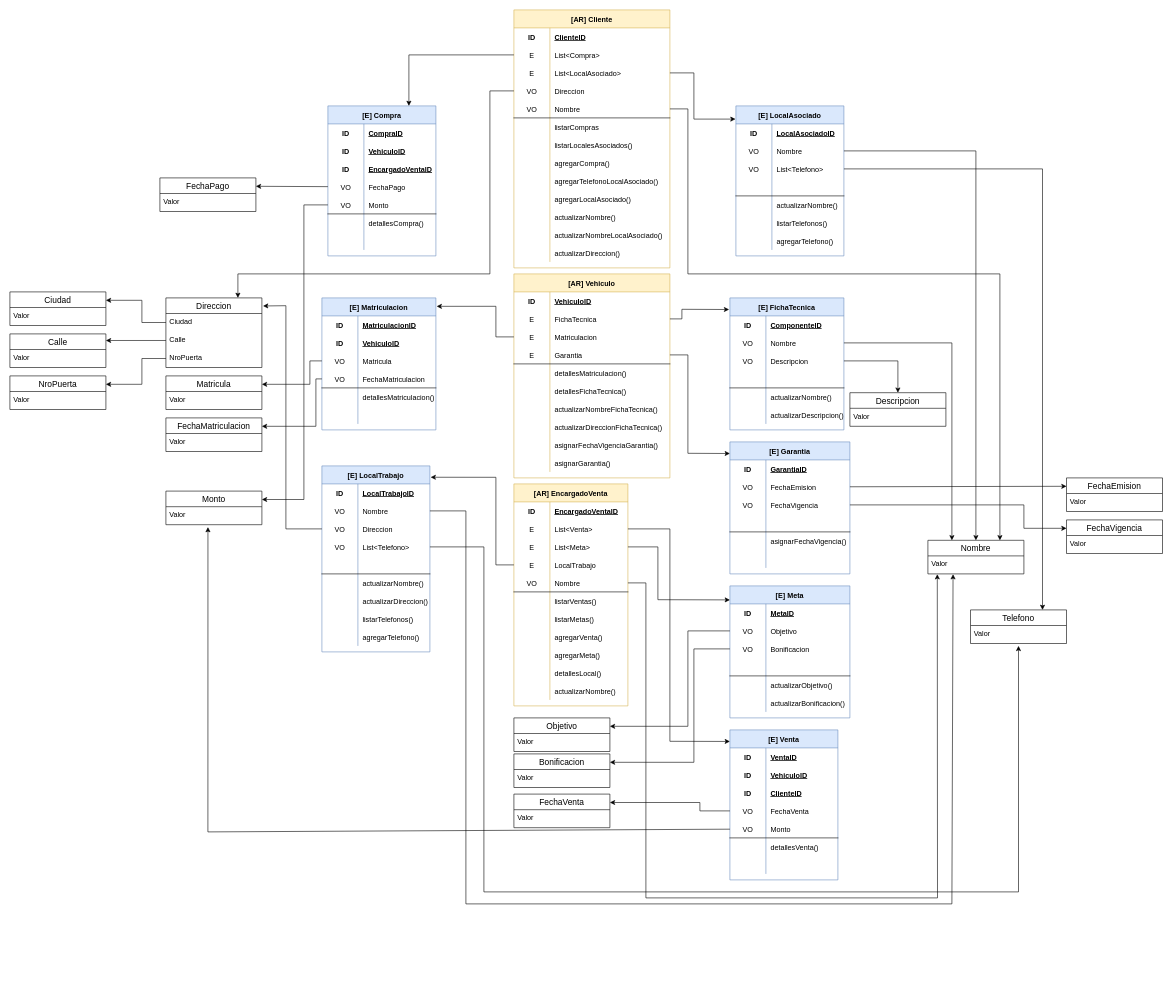
Above: page "Modelo de dominio" (2 of 3) of Reto Final DDD.drawio in HenryFerreira/Reto-Final-DDD (draw.io), before the change. Source tidied: cells renumbered, new cells numbered last; positions are measured from the earlier drawing's top-left corner, leaving out a move shared by most shapes. Both pictures are drawn from the tidied source at 60%, with x=0, y=0 at pixel (10, 10).
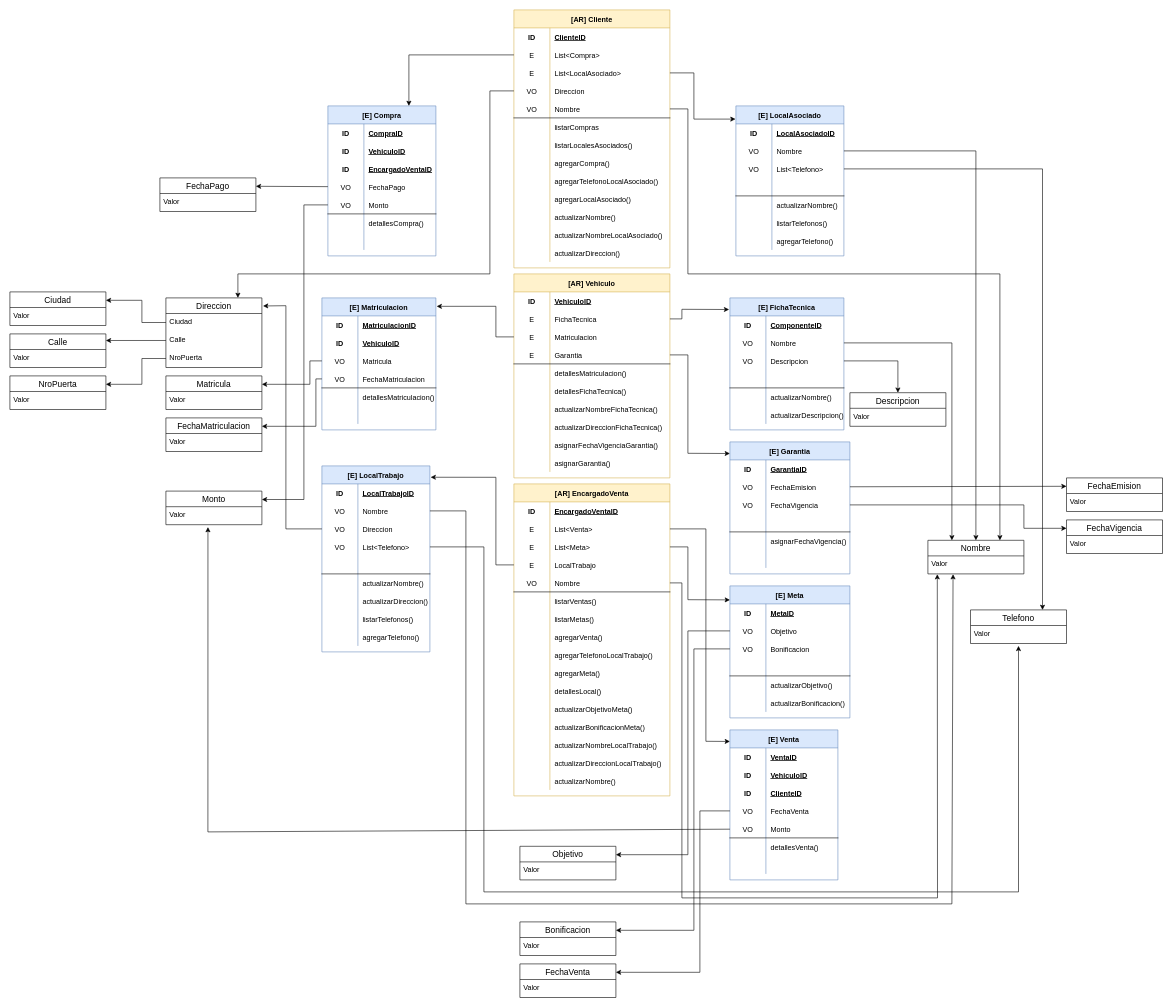
After the change.

Commit message (it also covers changes not shown here):
se actualizo el Modelo de Dominio

Unchanged cells that the change refers to:
```xml
<mxCell id="107" value="[E] Meta" style="shape=table;startSize=30;childLayout=tableLayout;rowLines=0;fontStyle=1;align=center;fillColor=#dae8fc;strokeColor=#6c8ebf;" parent="1" vertex="1">
  <mxGeometry x="1200" y="960" width="200" height="220" as="geometry" />
</mxCell>
<mxCell id="111" style="shape=tableRow;horizontal=0;startSize=0;swimlaneHead=0;swimlaneBody=0;fillColor=none;points=[[0,0.5],[1,0.5]];portConstraint=eastwest;top=0;left=0;right=0;bottom=0;" parent="107" vertex="1">
  <mxGeometry y="60" width="200" height="30" as="geometry" />
</mxCell>
<mxCell id="114" style="shape=tableRow;horizontal=0;startSize=0;swimlaneHead=0;swimlaneBody=0;fillColor=none;points=[[0,0.5],[1,0.5]];portConstraint=eastwest;top=0;left=0;right=0;bottom=0;" parent="107" vertex="1">
  <mxGeometry y="90" width="200" height="30" as="geometry" />
</mxCell>
<mxCell id="255" value="[E] Venta" style="shape=table;startSize=30;childLayout=tableLayout;rowLines=0;fontStyle=1;align=center;fillColor=#dae8fc;strokeColor=#6c8ebf;" parent="1" vertex="1">
  <mxGeometry x="1200" y="1200" width="180" height="250" as="geometry" />
</mxCell>
<mxCell id="265" style="shape=tableRow;horizontal=0;startSize=0;swimlaneHead=0;swimlaneBody=0;fillColor=none;points=[[0,0.5],[1,0.5]];portConstraint=eastwest;top=0;left=0;right=0;bottom=0;" parent="255" vertex="1">
  <mxGeometry y="120" width="180" height="30" as="geometry" />
</mxCell>
<mxCell id="282" value="Valor" style="text;strokeColor=none;fillColor=none;spacingLeft=4;spacingRight=4;overflow=hidden;points=[[0,0.5],[1,0.5]];portConstraint=eastwest;fontSize=12;" parent="281" vertex="1">
  <mxGeometry y="26" width="160" height="30" as="geometry" />
</mxCell>
```

The edit, as a diff of the source:
```diff
@@
     <mxCell id="73" value="[AR] EncargadoVenta" style="shape=table;startSize=30;childLayout=tableLayout;rowLines=0;fontStyle=1;align=center;fillColor=#fff2cc;strokeColor=#d6b656;" parent="1" vertex="1">
-      <mxGeometry x="840" y="790" width="190" height="370" as="geometry" />
+      <mxGeometry x="840" y="790" width="260" height="520" as="geometry" />
     </mxCell>
     <mxCell id="74" style="shape=tableRow;horizontal=0;startSize=0;swimlaneHead=0;swimlaneBody=0;fillColor=none;top=0;left=0;right=0;bottom=0;" parent="73" vertex="1">
-      <mxGeometry y="30" width="190" height="30" as="geometry" />
+      <mxGeometry y="30" width="260" height="30" as="geometry" />
     </mxCell>
@@
     <mxCell id="76" value="EncargadoVentaID" style="shape=partialRectangle;fillColor=none;top=0;left=0;bottom=0;right=0;align=left;spacingLeft=6;fontStyle=5;overflow=hidden;" parent="74" vertex="1">
-      <mxGeometry x="60" width="130" height="30" as="geometry" />
+      <mxGeometry x="60" width="200" height="30" as="geometry" />
     </mxCell>
     <mxCell id="77" style="shape=tableRow;horizontal=0;startSize=0;swimlaneHead=0;swimlaneBody=0;fillColor=none;points=[[0,0.5],[1,0.5]];portConstraint=eastwest;top=0;left=0;right=0;bottom=0;" parent="73" vertex="1">
-      <mxGeometry y="60" width="190" height="30" as="geometry" />
+      <mxGeometry y="60" width="260" height="30" as="geometry" />
     </mxCell>
@@
     <mxCell id="79" value="List&lt;Venta&gt;" style="shape=partialRectangle;fillColor=none;top=0;left=0;bottom=0;right=0;align=left;spacingLeft=6;overflow=hidden;fontStyle=0;" parent="77" vertex="1">
-      <mxGeometry x="60" width="130" height="30" as="geometry" />
+      <mxGeometry x="60" width="200" height="30" as="geometry" />
     </mxCell>
     <mxCell id="80" style="shape=tableRow;horizontal=0;startSize=0;swimlaneHead=0;swimlaneBody=0;fillColor=none;points=[[0,0.5],[1,0.5]];portConstraint=eastwest;top=0;left=0;right=0;bottom=0;strokeColor=default;" parent="73" vertex="1">
-      <mxGeometry y="90" width="190" height="30" as="geometry" />
+      <mxGeometry y="90" width="260" height="30" as="geometry" />
     </mxCell>
@@
     <mxCell id="82" value="List&lt;Meta&gt;" style="shape=partialRectangle;fillColor=none;top=0;left=0;bottom=0;right=0;align=left;spacingLeft=6;overflow=hidden;strokeColor=default;" parent="80" vertex="1">
-      <mxGeometry x="60" width="130" height="30" as="geometry" />
+      <mxGeometry x="60" width="200" height="30" as="geometry" />
     </mxCell>
     <mxCell id="83" style="shape=tableRow;horizontal=0;startSize=0;swimlaneHead=0;swimlaneBody=0;fillColor=none;points=[[0,0.5],[1,0.5]];portConstraint=eastwest;top=0;left=0;right=0;bottom=0;" parent="73" vertex="1">
-      <mxGeometry y="120" width="190" height="30" as="geometry" />
+      <mxGeometry y="120" width="260" height="30" as="geometry" />
     </mxCell>
@@
     <mxCell id="85" value="LocalTrabajo" style="shape=partialRectangle;fillColor=none;top=0;left=0;bottom=0;right=0;align=left;spacingLeft=6;overflow=hidden;" parent="83" vertex="1">
-      <mxGeometry x="60" width="130" height="30" as="geometry" />
+      <mxGeometry x="60" width="200" height="30" as="geometry" />
     </mxCell>
     <mxCell id="86" style="shape=tableRow;horizontal=0;startSize=0;swimlaneHead=0;swimlaneBody=0;fillColor=none;points=[[0,0.5],[1,0.5]];portConstraint=eastwest;top=0;left=0;right=0;bottom=1;" parent="73" vertex="1">
-      <mxGeometry y="150" width="190" height="30" as="geometry" />
+      <mxGeometry y="150" width="260" height="30" as="geometry" />
     </mxCell>
@@
     <mxCell id="88" value="Nombre" style="shape=partialRectangle;fillColor=none;top=0;left=0;bottom=0;right=0;align=left;spacingLeft=6;fontStyle=0;overflow=hidden;" parent="86" vertex="1">
-      <mxGeometry x="60" width="130" height="30" as="geometry" />
+      <mxGeometry x="60" width="200" height="30" as="geometry" />
     </mxCell>
     <mxCell id="89" style="shape=tableRow;horizontal=0;startSize=0;swimlaneHead=0;swimlaneBody=0;fillColor=none;top=0;left=0;right=0;bottom=0;" parent="73" vertex="1">
-      <mxGeometry y="180" width="190" height="30" as="geometry" />
+      <mxGeometry y="180" width="260" height="30" as="geometry" />
     </mxCell>
@@
     <mxCell id="91" value="listarVentas()" style="shape=partialRectangle;fillColor=none;top=0;left=0;bottom=0;right=0;align=left;spacingLeft=6;overflow=hidden;" parent="89" vertex="1">
-      <mxGeometry x="60" width="130" height="30" as="geometry" />
+      <mxGeometry x="60" width="200" height="30" as="geometry" />
     </mxCell>
     <mxCell id="92" style="shape=tableRow;horizontal=0;startSize=0;swimlaneHead=0;swimlaneBody=0;fillColor=none;top=0;left=0;right=0;bottom=0;strokeColor=default;" parent="73" vertex="1">
-      <mxGeometry y="210" width="190" height="30" as="geometry" />
+      <mxGeometry y="210" width="260" height="30" as="geometry" />
     </mxCell>
@@
     <mxCell id="94" value="listarMetas()" style="shape=partialRectangle;fillColor=none;top=0;left=0;bottom=0;right=0;align=left;spacingLeft=6;overflow=hidden;strokeColor=default;" parent="92" vertex="1">
-      <mxGeometry x="60" width="130" height="30" as="geometry" />
+      <mxGeometry x="60" width="200" height="30" as="geometry" />
     </mxCell>
     <mxCell id="95" style="shape=tableRow;horizontal=0;startSize=0;swimlaneHead=0;swimlaneBody=0;fillColor=none;top=0;left=0;right=0;bottom=0;strokeColor=default;" parent="73" vertex="1">
-      <mxGeometry y="240" width="190" height="30" as="geometry" />
+      <mxGeometry y="240" width="260" height="30" as="geometry" />
     </mxCell>
@@
     <mxCell id="97" value="agregarVenta()" style="shape=partialRectangle;fillColor=none;top=0;left=0;bottom=0;right=0;align=left;spacingLeft=6;overflow=hidden;strokeColor=default;" parent="95" vertex="1">
-      <mxGeometry x="60" width="130" height="30" as="geometry" />
+      <mxGeometry x="60" width="200" height="30" as="geometry" />
     </mxCell>
+    <mxCell id="342" style="shape=tableRow;horizontal=0;startSize=0;swimlaneHead=0;swimlaneBody=0;fillColor=none;top=0;left=0;right=0;bottom=0;" parent="73" vertex="1">
+      <mxGeometry y="270" width="260" height="30" as="geometry" />
+    </mxCell>
+    <mxCell id="343" style="shape=partialRectangle;fillColor=none;top=0;left=0;bottom=0;right=0;overflow=hidden;" parent="342" vertex="1">
+      <mxGeometry width="60" height="30" as="geometry" />
+    </mxCell>
+    <mxCell id="344" value="agregarTelefonoLocalTrabajo()" style="shape=partialRectangle;fillColor=none;top=0;left=0;bottom=0;right=0;align=left;spacingLeft=6;overflow=hidden;" parent="342" vertex="1">
+      <mxGeometry x="60" width="200" height="30" as="geometry" />
+    </mxCell>
     <mxCell id="98" style="shape=tableRow;horizontal=0;startSize=0;swimlaneHead=0;swimlaneBody=0;fillColor=none;top=0;left=0;right=0;bottom=0;strokeColor=default;" parent="73" vertex="1">
-      <mxGeometry y="270" width="190" height="30" as="geometry" />
+      <mxGeometry y="300" width="260" height="30" as="geometry" />
     </mxCell>
@@
     <mxCell id="100" value="agregarMeta()" style="shape=partialRectangle;fillColor=none;top=0;left=0;bottom=0;right=0;align=left;spacingLeft=6;overflow=hidden;strokeColor=default;" parent="98" vertex="1">
-      <mxGeometry x="60" width="130" height="30" as="geometry" />
+      <mxGeometry x="60" width="200" height="30" as="geometry" />
     </mxCell>
     <mxCell id="101" style="shape=tableRow;horizontal=0;startSize=0;swimlaneHead=0;swimlaneBody=0;fillColor=none;top=0;left=0;right=0;bottom=0;strokeColor=default;" parent="73" vertex="1">
-      <mxGeometry y="300" width="190" height="30" as="geometry" />
+      <mxGeometry y="330" width="260" height="30" as="geometry" />
     </mxCell>
@@
     <mxCell id="103" value="detallesLocal()" style="shape=partialRectangle;fillColor=none;top=0;left=0;bottom=0;right=0;align=left;spacingLeft=6;overflow=hidden;strokeColor=default;" parent="101" vertex="1">
-      <mxGeometry x="60" width="130" height="30" as="geometry" />
+      <mxGeometry x="60" width="200" height="30" as="geometry" />
     </mxCell>
+    <mxCell id="345" style="shape=tableRow;horizontal=0;startSize=0;swimlaneHead=0;swimlaneBody=0;fillColor=none;top=0;left=0;right=0;bottom=0;" parent="73" vertex="1">
+      <mxGeometry y="360" width="260" height="30" as="geometry" />
+    </mxCell>
+    <mxCell id="346" style="shape=partialRectangle;fillColor=none;top=0;left=0;bottom=0;right=0;overflow=hidden;" parent="345" vertex="1">
+      <mxGeometry width="60" height="30" as="geometry" />
+    </mxCell>
+    <mxCell id="347" value="actualizarObjetivoMeta()" style="shape=partialRectangle;fillColor=none;top=0;left=0;bottom=0;right=0;align=left;spacingLeft=6;overflow=hidden;" parent="345" vertex="1">
+      <mxGeometry x="60" width="200" height="30" as="geometry" />
+    </mxCell>
+    <mxCell id="348" style="shape=tableRow;horizontal=0;startSize=0;swimlaneHead=0;swimlaneBody=0;fillColor=none;top=0;left=0;right=0;bottom=0;" parent="73" vertex="1">
+      <mxGeometry y="390" width="260" height="30" as="geometry" />
+    </mxCell>
+    <mxCell id="349" style="shape=partialRectangle;fillColor=none;top=0;left=0;bottom=0;right=0;overflow=hidden;" parent="348" vertex="1">
+      <mxGeometry width="60" height="30" as="geometry" />
+    </mxCell>
+    <mxCell id="350" value="actualizarBonificacionMeta()" style="shape=partialRectangle;fillColor=none;top=0;left=0;bottom=0;right=0;align=left;spacingLeft=6;overflow=hidden;" parent="348" vertex="1">
+      <mxGeometry x="60" width="200" height="30" as="geometry" />
+    </mxCell>
+    <mxCell id="351" style="shape=tableRow;horizontal=0;startSize=0;swimlaneHead=0;swimlaneBody=0;fillColor=none;top=0;left=0;right=0;bottom=0;" parent="73" vertex="1">
+      <mxGeometry y="420" width="260" height="30" as="geometry" />
+    </mxCell>
+    <mxCell id="352" style="shape=partialRectangle;fillColor=none;top=0;left=0;bottom=0;right=0;overflow=hidden;" parent="351" vertex="1">
+      <mxGeometry width="60" height="30" as="geometry" />
+    </mxCell>
+    <mxCell id="353" value="actualizarNombreLocalTrabajo()" style="shape=partialRectangle;fillColor=none;top=0;left=0;bottom=0;right=0;align=left;spacingLeft=6;overflow=hidden;" parent="351" vertex="1">
+      <mxGeometry x="60" width="200" height="30" as="geometry" />
+    </mxCell>
+    <mxCell id="354" style="shape=tableRow;horizontal=0;startSize=0;swimlaneHead=0;swimlaneBody=0;fillColor=none;top=0;left=0;right=0;bottom=0;" parent="73" vertex="1">
+      <mxGeometry y="450" width="260" height="30" as="geometry" />
+    </mxCell>
+    <mxCell id="355" style="shape=partialRectangle;fillColor=none;top=0;left=0;bottom=0;right=0;overflow=hidden;" parent="354" vertex="1">
+      <mxGeometry width="60" height="30" as="geometry" />
+    </mxCell>
+    <mxCell id="356" value="actualizarDireccionLocalTrabajo()" style="shape=partialRectangle;fillColor=none;top=0;left=0;bottom=0;right=0;align=left;spacingLeft=6;overflow=hidden;" parent="354" vertex="1">
+      <mxGeometry x="60" width="200" height="30" as="geometry" />
+    </mxCell>
     <mxCell id="104" style="shape=tableRow;horizontal=0;startSize=0;swimlaneHead=0;swimlaneBody=0;fillColor=none;top=0;left=0;right=0;bottom=0;" parent="73" vertex="1">
-      <mxGeometry y="330" width="190" height="30" as="geometry" />
+      <mxGeometry y="480" width="260" height="30" as="geometry" />
     </mxCell>
@@
     <mxCell id="106" value="actualizarNombre()" style="shape=partialRectangle;fillColor=none;top=0;left=0;bottom=0;right=0;align=left;spacingLeft=6;overflow=hidden;" parent="104" vertex="1">
-      <mxGeometry x="60" width="130" height="30" as="geometry" />
+      <mxGeometry x="60" width="200" height="30" as="geometry" />
     </mxCell>
@@
     <mxCell id="305" value="FechaVenta" style="swimlane;fontStyle=0;horizontal=1;startSize=26;align=center;fontSize=14;strokeColor=default;" parent="1" vertex="1">
-      <mxGeometry x="840" y="1307" width="160" height="56" as="geometry" />
+      <mxGeometry x="850" y="1590" width="160" height="56" as="geometry" />
     </mxCell>
@@
     <mxCell id="307" value="Objetivo" style="swimlane;fontStyle=0;horizontal=1;startSize=26;align=center;fontSize=14;strokeColor=default;" parent="1" vertex="1">
-      <mxGeometry x="840" y="1180" width="160" height="56" as="geometry" />
+      <mxGeometry x="850" y="1394" width="160" height="56" as="geometry" />
     </mxCell>
@@
     <mxCell id="309" value="Bonificacion" style="swimlane;fontStyle=0;horizontal=1;startSize=26;align=center;fontSize=14;strokeColor=default;" parent="1" vertex="1">
-      <mxGeometry x="840" y="1240" width="160" height="56" as="geometry" />
+      <mxGeometry x="850" y="1520" width="160" height="56" as="geometry" />
     </mxCell>
@@
     <mxCell id="315" style="edgeStyle=none;rounded=0;jettySize=auto;html=1;entryX=0;entryY=0.106;entryDx=0;entryDy=0;entryPerimeter=0;" parent="1" edge="1" source="80" target="107">
       <mxGeometry relative="1" as="geometry">
         <Array as="points">
-          <mxPoint x="1080" y="895" />
-          <mxPoint x="1080" y="983" />
+          <mxPoint x="1130" y="895" />
+          <mxPoint x="1130" y="983" />
         </Array>
       </mxGeometry>
     </mxCell>
@@
     <mxCell id="317" style="edgeStyle=none;rounded=0;jettySize=auto;html=1;entryX=0;entryY=0.077;entryDx=0;entryDy=0;entryPerimeter=0;" parent="1" edge="1" source="77" target="255">
       <mxGeometry relative="1" as="geometry">
         <Array as="points">
           <mxPoint x="1100" y="865" />
-          <mxPoint x="1100" y="1219" />
+          <mxPoint x="1160" y="865" />
+          <mxPoint x="1160" y="1219" />
         </Array>
       </mxGeometry>
     </mxCell>
@@
     <mxCell id="324" style="edgeStyle=none;rounded=0;jettySize=auto;html=1;entryX=0.098;entryY=1.018;entryDx=0;entryDy=0;entryPerimeter=0;" parent="1" edge="1" source="86" target="282">
       <mxGeometry relative="1" as="geometry">
         <Array as="points">
-          <mxPoint x="1060" y="955" />
-          <mxPoint x="1060" y="1480" />
+          <mxPoint x="1120" y="955" />
+          <mxPoint x="1120" y="1480" />
           <mxPoint x="1546" y="1480" />
         </Array>
       </mxGeometry>
     </mxCell>
@@
     <mxCell id="334" style="edgeStyle=none;rounded=0;jettySize=auto;html=1;entryX=1;entryY=0.25;entryDx=0;entryDy=0;" parent="1" edge="1" source="111" target="307">
       <mxGeometry relative="1" as="geometry">
         <Array as="points">
           <mxPoint x="1130" y="1035" />
-          <mxPoint x="1130" y="1194" />
+          <mxPoint x="1130" y="1408" />
         </Array>
       </mxGeometry>
     </mxCell>
     <mxCell id="335" style="edgeStyle=none;rounded=0;jettySize=auto;html=1;entryX=1;entryY=0.25;entryDx=0;entryDy=0;" parent="1" edge="1" source="114" target="309">
       <mxGeometry relative="1" as="geometry">
         <Array as="points">
           <mxPoint x="1140" y="1065" />
-          <mxPoint x="1140" y="1254" />
+          <mxPoint x="1140" y="1534" />
         </Array>
       </mxGeometry>
     </mxCell>
     <mxCell id="336" style="edgeStyle=none;rounded=0;jettySize=auto;html=1;entryX=1;entryY=0.25;entryDx=0;entryDy=0;" parent="1" edge="1" source="265" target="305">
       <mxGeometry relative="1" as="geometry">
         <Array as="points">
           <mxPoint x="1150" y="1335" />
-          <mxPoint x="1150" y="1321" />
+          <mxPoint x="1150" y="1604" />
         </Array>
       </mxGeometry>
     </mxCell>
```
